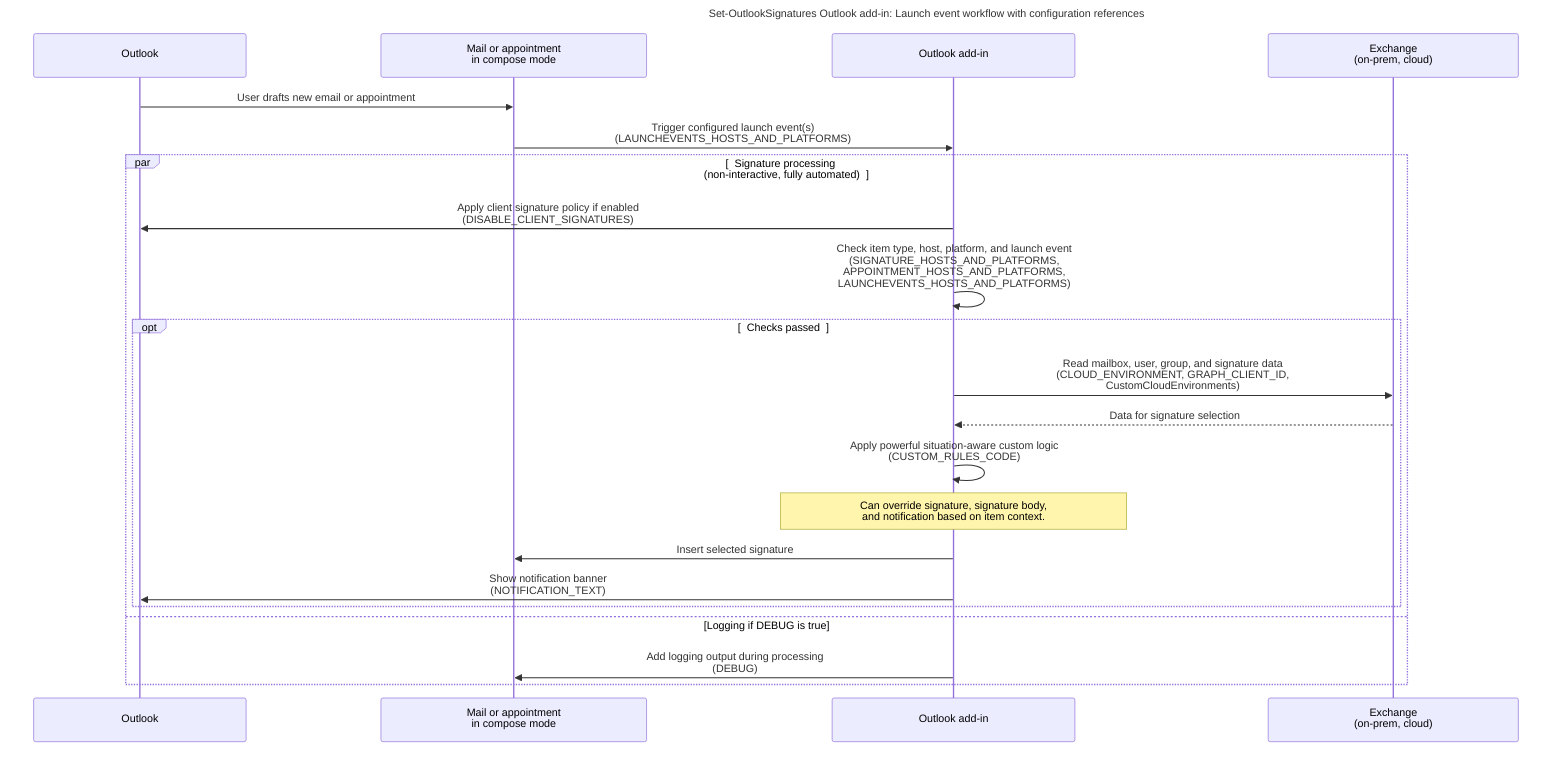
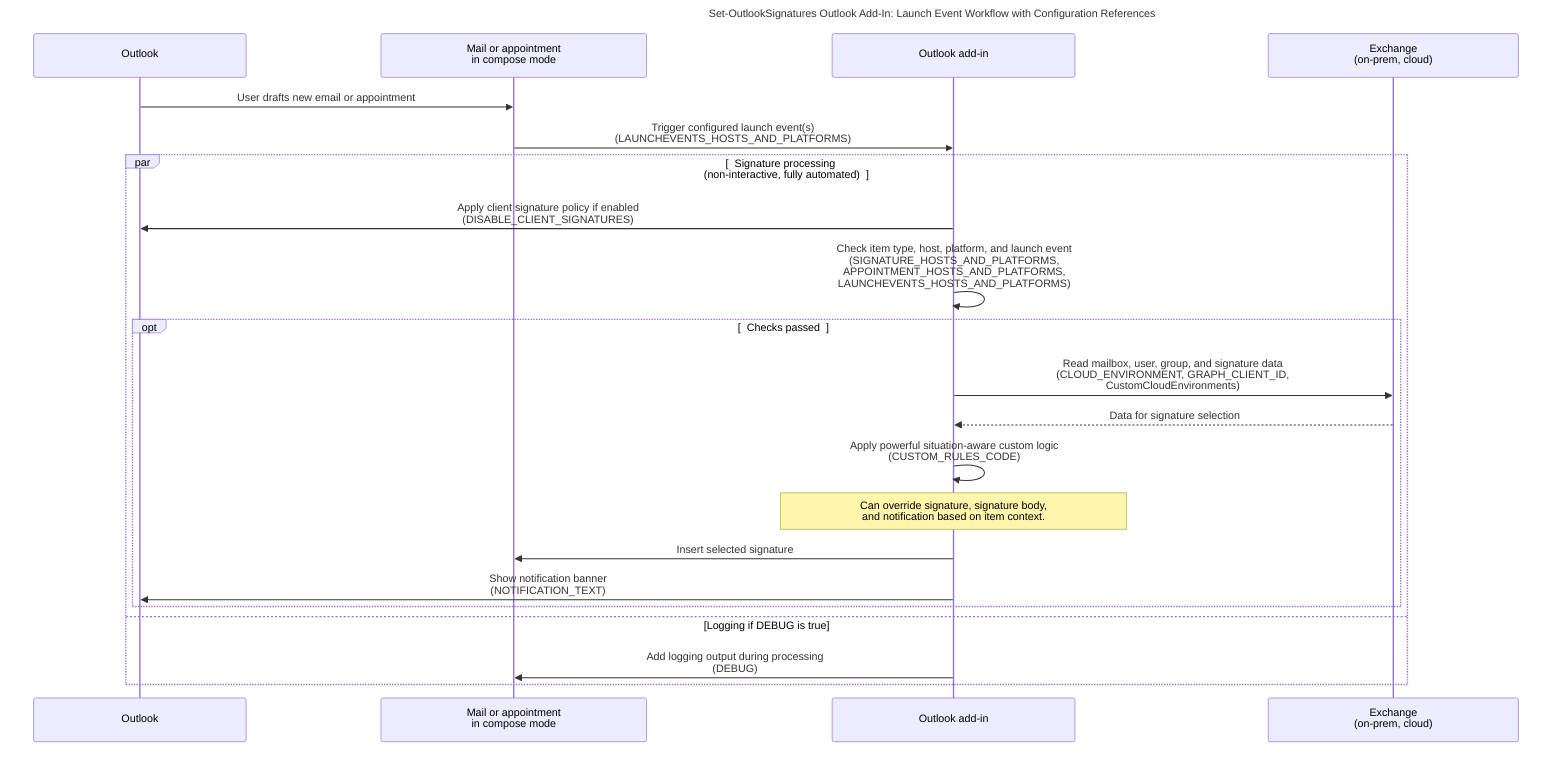
---
- title: "Set-OutlookSignatures Outlook add-in: Launch event workflow with configuration references"
+ title: "Set-OutlookSignatures Outlook Add-In: Launch Event Workflow with Configuration References"
config:
  layout: elk
---
sequenceDiagram
    participant Outlook as #160;#160;Outlook#160;#160;
    participant Item as #160;#160;Mail or appointment#160;#160;<br>#160;#160;in compose mode#160;#160;
    participant AddIn as #160;#160;Outlook add-in#160;#160;
    participant Exchange as #160;#160;Exchange#160;#160;<br>#160;#160;(on-prem, cloud)#160;#160;

    Outlook->>Item: #160;#160;User drafts new email or appointment#160;#160;
    Item->>AddIn: #160;#160;Trigger configured launch event(s)#160;#160;<br>#160;#160;(LAUNCHEVENTS_HOSTS_AND_PLATFORMS)#160;#160;

    par #160;#160;Signature processing#160;#160;<br>#160;#160;(non-interactive, fully automated)#160;#160;
        AddIn->>Outlook: #160;#160;Apply client signature policy if enabled#160;#160;<br>#160;#160;(DISABLE_CLIENT_SIGNATURES)#160;#160;
        AddIn->>AddIn: #160;#160;Check item type, host, platform, and launch event#160;#160;<br>#160;#160;(SIGNATURE_HOSTS_AND_PLATFORMS,#160;#160;<br>#160;#160;APPOINTMENT_HOSTS_AND_PLATFORMS,#160;#160;<br>#160;#160;LAUNCHEVENTS_HOSTS_AND_PLATFORMS)#160;#160;

        opt #160;#160;Checks passed#160;#160;
            AddIn->>Exchange: #160;#160;Read mailbox, user, group, and signature data#160;#160;<br>#160;#160;(CLOUD_ENVIRONMENT, GRAPH_CLIENT_ID,#160;#160;<br>#160;#160;CustomCloudEnvironments)#160;#160;
            Exchange-->>AddIn: #160;#160;Data for signature selection#160;#160;
            AddIn->>AddIn: #160;#160;Apply powerful situation-aware custom logic#160;#160;<br>#160;#160;(CUSTOM_RULES_CODE)#160;#160;
            Note over AddIn: #160;#160;Can override signature, signature body,#160;#160;<br>#160;#160;and notification based on item context.#160;#160;
            AddIn->>Item: #160;#160;Insert selected signature#160;#160;
            AddIn->>Outlook: #160;#160;Show notification banner#160;#160;<br>#160;#160;(NOTIFICATION_TEXT)#160;#160;
        end

    and Logging if DEBUG is true
        AddIn->>Item: #160;#160;Add logging output during processing#160;#160;<br>#160;#160;(DEBUG)#160;#160;
    end